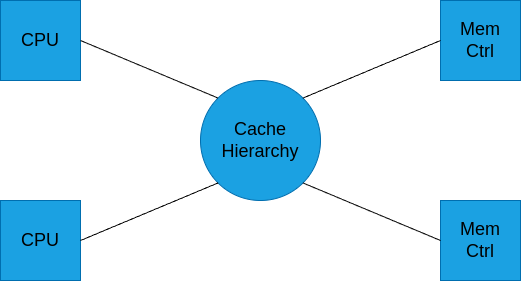
Above: slides/02-Using-gem5/05-cache-hierarchies/CPU_CacheHierarchy_MemCtrl.drawio.png in gem5bootcamp/lps2024 (draw.io), before the change. Source tidied: cells renumbered, new cells last; positions are measured from the earlier drawing's top-left corner, leaving out a move shared by most shapes.
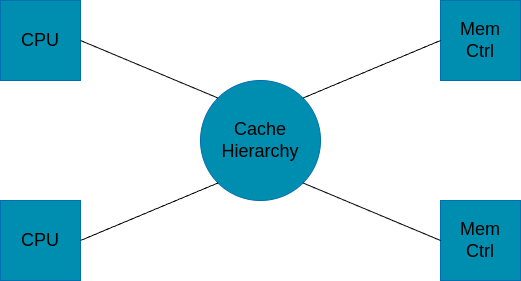
Later version of the same file.

What changed in the source:
```diff
@@ -2,19 +2,19 @@
   <root>
     <mxCell id="0" />
     <mxCell id="1" parent="0" />
-    <mxCell id="2" value="&lt;font color=&quot;#000000&quot; style=&quot;font-size: 18px;&quot;&gt;Cache Hierarchy&lt;/font&gt;" style="ellipse;whiteSpace=wrap;html=1;fillColor=#1ba1e2;fontColor=#ffffff;strokeColor=#006EAF;" parent="1" vertex="1">
+    <mxCell id="2" value="&lt;font color=&quot;#000000&quot; style=&quot;font-size: 18px;&quot;&gt;Cache Hierarchy&lt;/font&gt;" style="ellipse;whiteSpace=wrap;html=1;fillColor=#008EB0;fontColor=#ffffff;strokeColor=#006EAF;" parent="1" vertex="1">
       <mxGeometry x="200" y="80" width="120" height="120" as="geometry" />
     </mxCell>
-    <mxCell id="3" value="&lt;font color=&quot;#000000&quot; style=&quot;font-size: 18px;&quot;&gt;CPU&lt;/font&gt;" style="whiteSpace=wrap;html=1;fillColor=#1ba1e2;fontColor=#ffffff;strokeColor=#006EAF;" parent="1" vertex="1">
+    <mxCell id="3" value="&lt;font color=&quot;#000000&quot; style=&quot;font-size: 18px;&quot;&gt;CPU&lt;/font&gt;" style="whiteSpace=wrap;html=1;fillColor=#008EB0;fontColor=#ffffff;strokeColor=#006EAF;" parent="1" vertex="1">
       <mxGeometry width="80" height="80" as="geometry" />
     </mxCell>
-    <mxCell id="4" value="&lt;font color=&quot;#000000&quot; style=&quot;font-size: 18px;&quot;&gt;CPU&lt;/font&gt;" style="whiteSpace=wrap;html=1;fillColor=#1ba1e2;fontColor=#ffffff;strokeColor=#006EAF;" parent="1" vertex="1">
+    <mxCell id="4" value="&lt;font color=&quot;#000000&quot; style=&quot;font-size: 18px;&quot;&gt;CPU&lt;/font&gt;" style="whiteSpace=wrap;html=1;fillColor=#008EB0;fontColor=#ffffff;strokeColor=#006EAF;" parent="1" vertex="1">
       <mxGeometry y="200" width="80" height="80" as="geometry" />
     </mxCell>
-    <mxCell id="5" value="&lt;font color=&quot;#000000&quot; style=&quot;font-size: 18px;&quot;&gt;Mem &lt;br&gt;Ctrl&lt;/font&gt;" style="whiteSpace=wrap;html=1;fillColor=#1ba1e2;fontColor=#ffffff;strokeColor=#006EAF;" parent="1" vertex="1">
+    <mxCell id="5" value="&lt;font color=&quot;#000000&quot; style=&quot;font-size: 18px;&quot;&gt;Mem &lt;br&gt;Ctrl&lt;/font&gt;" style="whiteSpace=wrap;html=1;fillColor=#008EB0;fontColor=#ffffff;strokeColor=#006EAF;" parent="1" vertex="1">
       <mxGeometry x="440" width="80" height="80" as="geometry" />
     </mxCell>
-    <mxCell id="6" value="&lt;font color=&quot;#000000&quot; style=&quot;font-size: 18px;&quot;&gt;Mem&lt;br&gt;Ctrl&lt;br&gt;&lt;/font&gt;" style="whiteSpace=wrap;html=1;fillColor=#1ba1e2;fontColor=#ffffff;strokeColor=#006EAF;" parent="1" vertex="1">
+    <mxCell id="6" value="&lt;font color=&quot;#000000&quot; style=&quot;font-size: 18px;&quot;&gt;Mem&lt;br&gt;Ctrl&lt;br&gt;&lt;/font&gt;" style="whiteSpace=wrap;html=1;fillColor=#008EB0;fontColor=#ffffff;strokeColor=#006EAF;" parent="1" vertex="1">
       <mxGeometry x="440" y="200" width="80" height="80" as="geometry" />
     </mxCell>
     <mxCell id="7" style="endArrow=none;html=1;fontSize=18;fontColor=#000000;exitX=1;exitY=0;exitDx=0;exitDy=0;" parent="1" edge="1" source="2">
```
